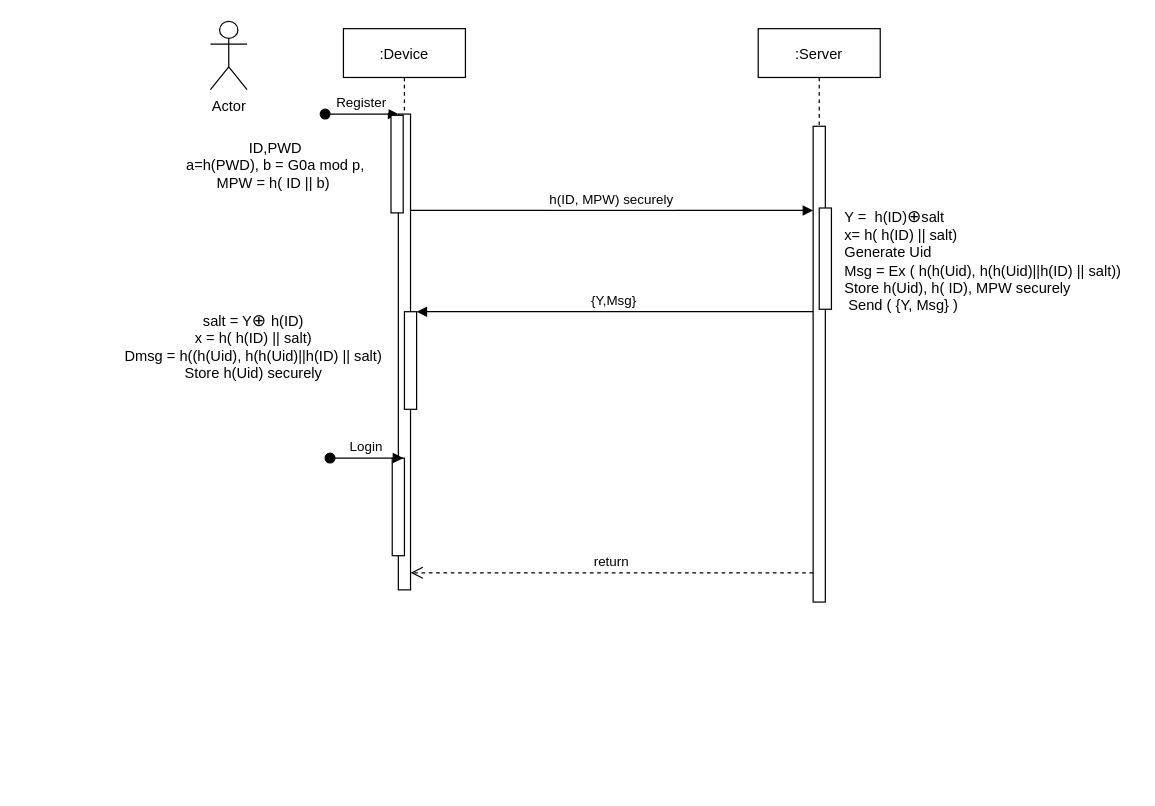
This is Sequence_Diagram.drawio from vivinkrishnan/drawio, a draw.io file, before an edit. Source tidied: cells renumbered, new cells numbered last; positions are measured from the earlier drawing's top-left corner, leaving out a move shared by most shapes. Both pictures are drawn from the tidied source at 122%, with x=0, y=0 at pixel (112, 21).
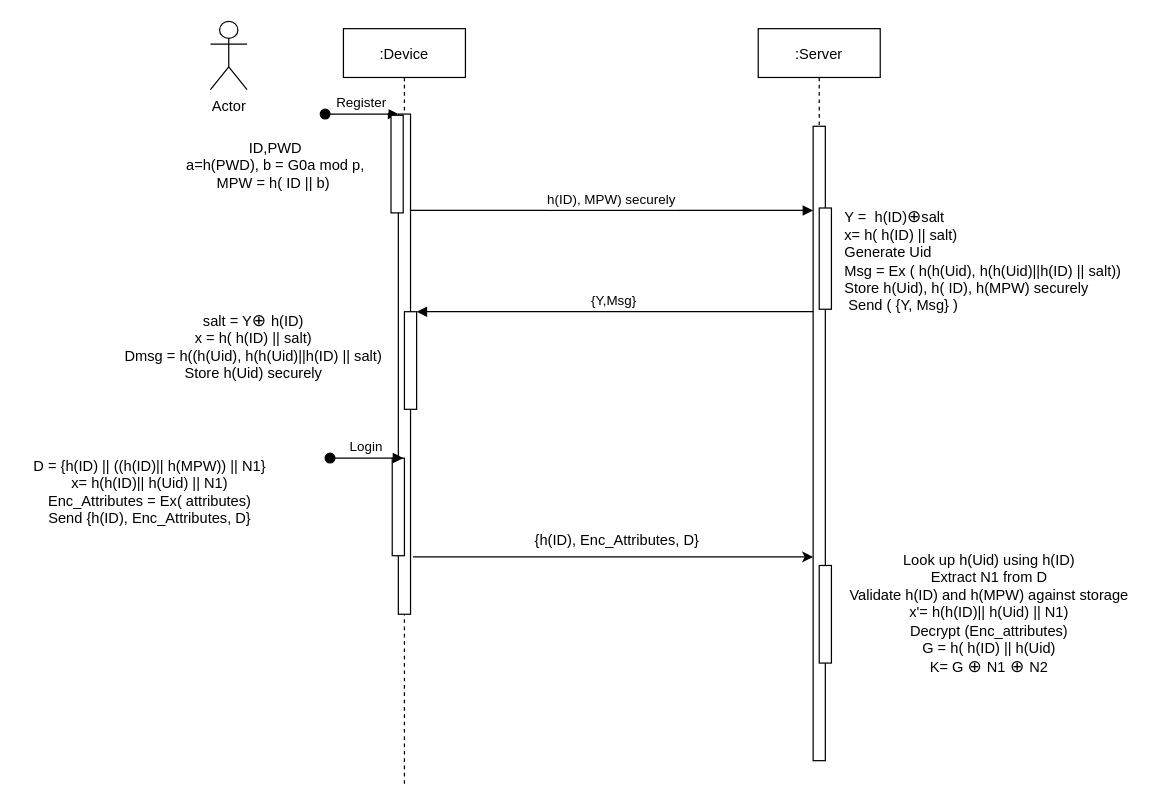
The same diagram, later.

Change to the diagram source:
```diff
@@
     <mxCell id="2" value=":Device" style="shape=umlLifeline;perimeter=lifelinePerimeter;rounded=0;shadow=0;strokeWidth=1;" parent="1" vertex="1">
-      <mxGeometry x="189" y="6" width="100" height="460" as="geometry" />
+      <mxGeometry x="189" y="6" width="100" height="620" as="geometry" />
     </mxCell>
     <mxCell id="3" style="points=[];perimeter=orthogonalPerimeter;rounded=0;shadow=0;strokeWidth=1;" parent="2" vertex="1">
-      <mxGeometry x="45" y="70" width="10" height="390" as="geometry" />
+      <mxGeometry x="45" y="70" width="10" height="410" as="geometry" />
     </mxCell>
@@
     <mxCell id="9" value=":Server" style="shape=umlLifeline;perimeter=lifelinePerimeter;rounded=0;shadow=0;strokeWidth=1;" parent="1" vertex="1">
-      <mxGeometry x="529" y="6" width="100" height="470" as="geometry" />
+      <mxGeometry x="529" y="6" width="100" height="600" as="geometry" />
     </mxCell>
     <mxCell id="10" style="perimeter=orthogonalPerimeter;rounded=0;shadow=0;strokeWidth=1;" parent="9" vertex="1">
-      <mxGeometry x="45" y="80" width="10" height="390" as="geometry" />
+      <mxGeometry x="45" y="80" width="10" height="520" as="geometry" />
     </mxCell>
@@
-    <mxCell id="12" value="return" style="verticalAlign=bottom;endArrow=open;dashed=1;endSize=8;exitX=0;exitY=0.95;shadow=0;strokeWidth=1;" parent="1" edge="1">
-      <mxGeometry relative="1" as="geometry">
-        <mxPoint x="574" y="452" as="sourcePoint" />
-        <mxPoint x="244" y="452" as="targetPoint" />
-      </mxGeometry>
-    </mxCell>
+    <mxCell id="19" style="html=1;perimeter=orthogonalPerimeter;fontFamily=Helvetica;fontSize=12;fontColor=#000000;" parent="9" vertex="1">
+      <mxGeometry x="50" y="440" width="10" height="80" as="geometry" />
+    </mxCell>
-    <mxCell id="13" value="h(ID, MPW) securely" style="verticalAlign=bottom;endArrow=block;entryX=0;entryY=0;shadow=0;strokeWidth=1;" parent="1" edge="1">
+    <mxCell id="13" value="h(ID), MPW) securely" style="verticalAlign=bottom;endArrow=block;entryX=0;entryY=0;shadow=0;strokeWidth=1;" parent="1" edge="1">
       <mxGeometry relative="1" as="geometry">
         <mxPoint x="244" y="155" as="sourcePoint" />
         <mxPoint x="574" y="155" as="targetPoint" />
         <Array as="points">
           <mxPoint x="419" y="155" />
         </Array>
       </mxGeometry>
     </mxCell>
@@
-    <mxCell id="17" value="Y =&amp;nbsp; h(ID)&lt;span id=&quot;docs-internal-guid-e49e2a0b-7fff-2932-c1dd-dcc5686d5943&quot;&gt;&lt;span style=&quot;background-color: rgb(255 , 255 , 255) ; vertical-align: baseline&quot;&gt;&lt;font style=&quot;font-size: 14px&quot;&gt;⊕&lt;/font&gt;&lt;/span&gt;&lt;/span&gt;salt &lt;br&gt;x= h( h(ID) || salt)&lt;br&gt;Generate Uid&lt;br&gt;Msg = Ex ( h(h(Uid), h(h(Uid)||h(ID) || salt))&lt;br&gt;Store h(Uid), h( ID), MPW securely&lt;br&gt;&amp;nbsp;Send ( {Y, Msg} )" style="text;html=1;align=left;verticalAlign=middle;strokeColor=none;fillColor=none;" parent="1" vertex="1">
+    <mxCell id="17" value="Y =&amp;nbsp; h(ID)&lt;span id=&quot;docs-internal-guid-e49e2a0b-7fff-2932-c1dd-dcc5686d5943&quot;&gt;&lt;span style=&quot;background-color: rgb(255 , 255 , 255) ; vertical-align: baseline&quot;&gt;&lt;font style=&quot;font-size: 14px&quot;&gt;⊕&lt;/font&gt;&lt;/span&gt;&lt;/span&gt;salt &lt;br&gt;x= h( h(ID) || salt)&lt;br&gt;Generate Uid&lt;br&gt;Msg = Ex ( h(h(Uid), h(h(Uid)||h(ID) || salt))&lt;br&gt;Store h(Uid), h( ID), h(MPW) securely&lt;br&gt;&amp;nbsp;Send ( {Y, Msg} )" style="text;html=1;align=left;verticalAlign=middle;strokeColor=none;fillColor=none;" parent="1" vertex="1">
       <mxGeometry x="598" y="151" width="240" height="90" as="geometry" />
     </mxCell>
@@
+    <mxCell id="20" value="D = {h(ID) || ((h(ID)|| h(MPW)) || N1}&lt;br&gt;x= h(h(ID)|| h(Uid) || N1)&lt;br&gt;Enc_Attributes = Ex( attributes)&lt;br&gt;Send {h(ID), Enc_Attributes, D}" style="text;html=1;align=center;verticalAlign=middle;strokeColor=none;fillColor=none;fontSize=12;fontFamily=Helvetica;fontColor=#000000;" parent="1" vertex="1">
+      <mxGeometry x="-75" y="356" width="210" height="60" as="geometry" />
+    </mxCell>
+    <mxCell id="21" style="endArrow=classic;html=1;rounded=0;fontFamily=Helvetica;fontSize=12;fontColor=#000000;" parent="1" edge="1">
+      <mxGeometry relative="1" as="geometry">
+        <mxPoint x="246" y="439" as="sourcePoint" />
+        <mxPoint x="574" y="439" as="targetPoint" />
+      </mxGeometry>
+    </mxCell>
+    <mxCell id="22" value="{h(ID), Enc_Attributes, D}" style="text;html=1;align=center;verticalAlign=middle;strokeColor=none;fillColor=none;fontSize=12;fontFamily=Helvetica;fontColor=#000000;" parent="1" vertex="1">
+      <mxGeometry x="338" y="416" width="150" height="20" as="geometry" />
+    </mxCell>
+    <mxCell id="23" value="Look up h(Uid) using h(ID)&lt;br&gt;Extract N1 from D&lt;br&gt;Validate h(ID) and h(MPW) against storage&lt;br&gt;x'= h(h(ID)|| h(Uid) || N1)&lt;br&gt;Decrypt (Enc_attributes)&lt;br&gt;G = h( h(ID) || h(Uid)&lt;br&gt;K= G&amp;nbsp;&lt;span style=&quot;font-size: 14px ; text-align: left ; background-color: rgb(255 , 255 , 255)&quot;&gt;⊕ &lt;/span&gt;&lt;span style=&quot;text-align: left ; background-color: rgb(255 , 255 , 255)&quot;&gt;&lt;font style=&quot;font-size: 12px&quot;&gt;N1&lt;/font&gt;&lt;/span&gt;&lt;span style=&quot;font-size: 14px ; text-align: left ; background-color: rgb(255 , 255 , 255)&quot;&gt;&amp;nbsp;&lt;/span&gt;&lt;span style=&quot;font-size: 14px ; text-align: left ; background-color: rgb(255 , 255 , 255)&quot;&gt;⊕ &lt;/span&gt;&lt;span style=&quot;text-align: left ; background-color: rgb(255 , 255 , 255)&quot;&gt;&lt;font style=&quot;font-size: 12px&quot;&gt;N2&lt;/font&gt;&lt;/span&gt;" style="text;html=1;align=center;verticalAlign=middle;strokeColor=none;fillColor=none;fontSize=12;fontFamily=Helvetica;fontColor=#000000;" parent="1" vertex="1">
+      <mxGeometry x="598" y="436" width="240" height="100" as="geometry" />
+    </mxCell>
```
